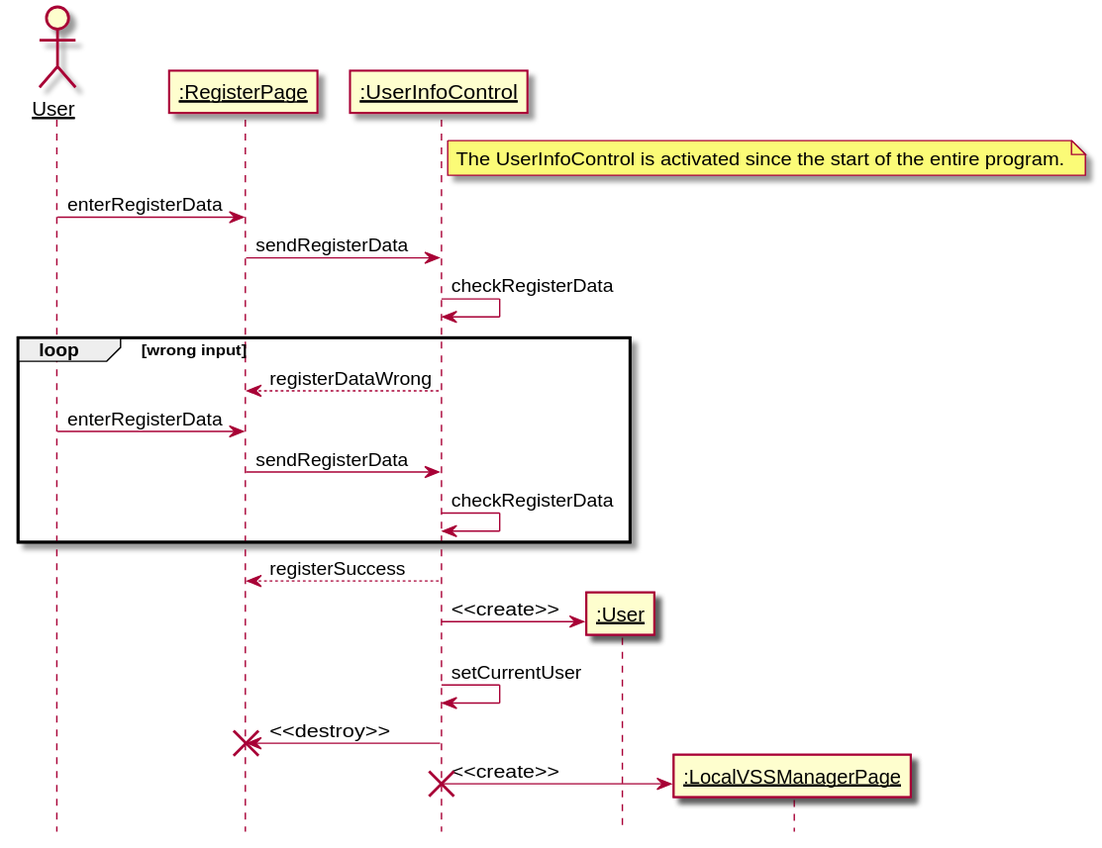
Above: 需求定义和分析/Register.svg in kpp19920121/doc (PlantUML), before the change.
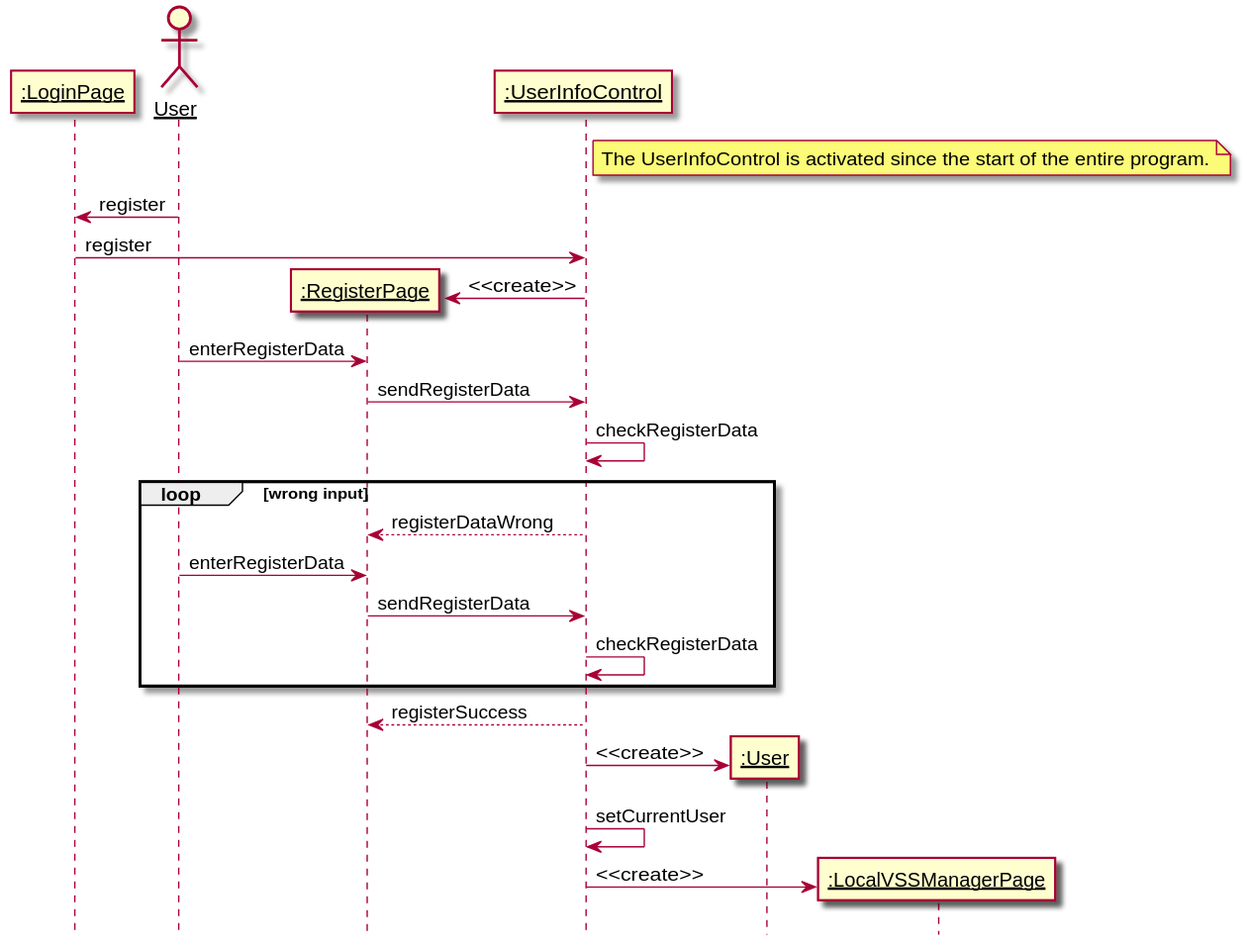
The same file after the commit.

Diff of the diagram source:
```diff
@@ -2,6 +2,7 @@
 hide footbox
 skinparam sequenceParticipant underline
 
+participant ":LoginPage" as loginpage
 actor User as user
 participant ":RegisterPage" as boundary
 participant ":UserInfoControl" as control
@@ -10,6 +11,11 @@
 
 note right of control: The UserInfoControl is activated since the start of the entire program.
 
+user -> loginpage: register
+loginpage -> control: register
+
+create boundary
+control -> boundary: <<create>>
 user -> boundary: enterRegisterData
 boundary -> control: sendRegisterData
 control -> control: checkRegisterData
@@ -23,9 +29,6 @@
 create userdata
 control -> userdata: <<create>>
 control -> control: setCurrentUser
-control -> boundary: <<destroy>>
-destroy boundary
 create nextpage
 control -> nextpage: <<create>>
-destroy control
 @enduml
```
